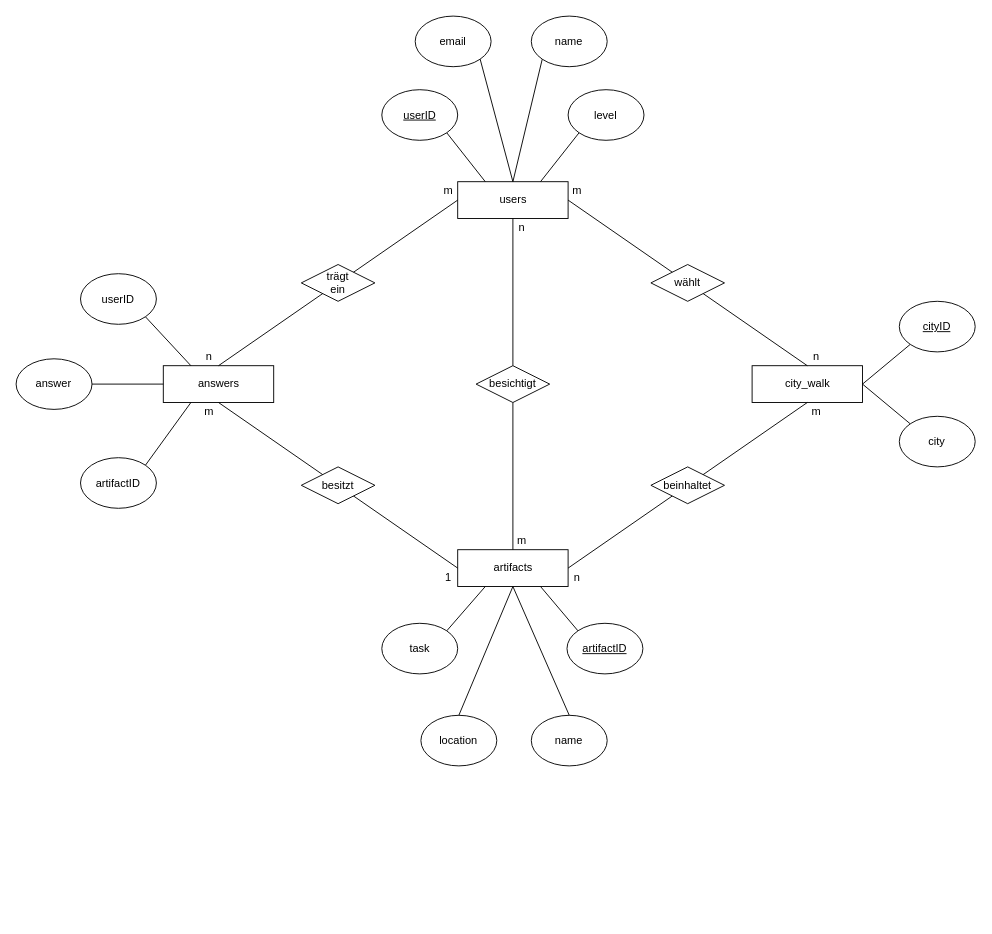
This is docs/ERM.drawio from jesnay/Pionear_Frontend, a draw.io file, before an edit. Source tidied: cells renumbered, new cells numbered last; positions are measured from the earlier drawing's top-left corner, leaving out a move shared by most shapes. Both pictures are drawn from the tidied source at 92%, with x=0, y=0 at pixel (16, 16).
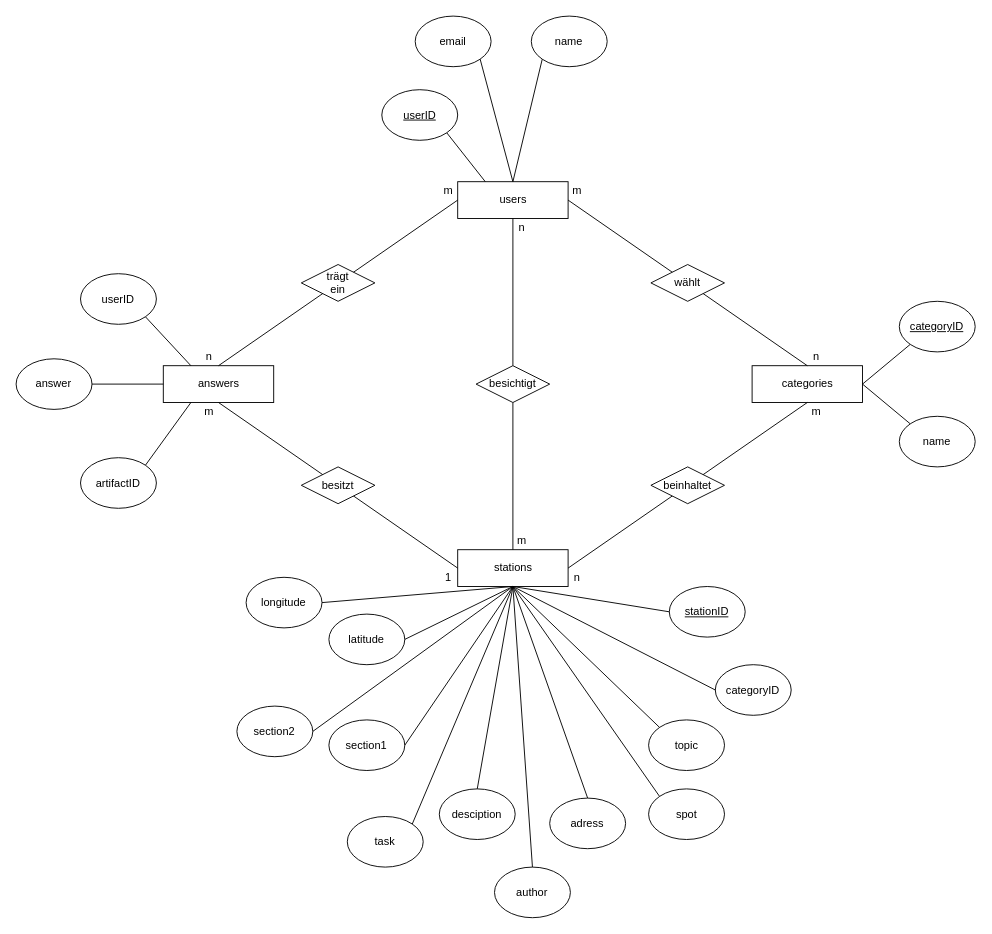
The same page after the edit.

Unchanged cells that the change refers to:
```xml
<mxCell id="2" value="users" style="html=1;" parent="1" vertex="1">
  <mxGeometry x="480" y="180" width="120" height="40" as="geometry" />
</mxCell>
<mxCell id="38" style="ellipse;whiteSpace=wrap;html=1;" parent="37" vertex="1">
  <mxGeometry width="82.5" height="55" as="geometry" />
</mxCell>
<mxCell id="41" style="ellipse;whiteSpace=wrap;html=1;" parent="40" vertex="1">
  <mxGeometry width="82.5" height="55" as="geometry" />
</mxCell>
<mxCell id="44" style="ellipse;whiteSpace=wrap;html=1;" parent="43" vertex="1">
  <mxGeometry width="82.5" height="55" as="geometry" />
</mxCell>
<mxCell id="47" style="ellipse;whiteSpace=wrap;html=1;" parent="46" vertex="1">
  <mxGeometry width="82.5" height="55" as="geometry" />
</mxCell>
<mxCell id="55" style="group;" parent="1" vertex="1">
  <mxGeometry x="960" y="310" width="82.5" height="55" as="geometry" />
</mxCell>
<mxCell id="58" style="group;" parent="1" vertex="1">
  <mxGeometry x="960" y="435" width="82.5" height="55" as="geometry" />
</mxCell>
```

Diff of the diagram source:
```diff
@@
-    <mxCell id="3" value="artifacts" style="html=1;" parent="1" vertex="1">
+    <mxCell id="3" value="stations" style="html=1;" parent="1" vertex="1">
       <mxGeometry x="480" y="580" width="120" height="40" as="geometry" />
     </mxCell>
-    <mxCell id="4" value="city_walk" style="html=1;" parent="1" vertex="1">
+    <mxCell id="4" value="categories" style="html=1;" parent="1" vertex="1">
       <mxGeometry x="800" y="380" width="120" height="40" as="geometry" />
     </mxCell>
@@
     <mxCell id="37" style="group;" parent="1" vertex="1">
-      <mxGeometry x="598.8" y="660" width="82.5" height="55" as="geometry" />
+      <mxGeometry x="710" y="620" width="82.5" height="55" as="geometry" />
     </mxCell>
@@
-    <mxCell id="39" value="&lt;u&gt;artifactID&lt;/u&gt;" style="text;html=1;strokeColor=none;fillColor=none;align=center;verticalAlign=middle;whiteSpace=wrap;rounded=0;" parent="37" vertex="1">
+    <mxCell id="39" value="&lt;u&gt;stationID&lt;/u&gt;" style="text;html=1;strokeColor=none;fillColor=none;align=center;verticalAlign=middle;whiteSpace=wrap;rounded=0;" parent="37" vertex="1">
       <mxGeometry x="21.2" y="17.5" width="40" height="20" as="geometry" />
     </mxCell>
     <mxCell id="40" style="group;" parent="1" vertex="1">
-      <mxGeometry x="560" y="760" width="82.5" height="55" as="geometry" />
+      <mxGeometry x="760" y="705" width="82.5" height="55" as="geometry" />
     </mxCell>
@@
-    <mxCell id="42" value="name" style="text;html=1;strokeColor=none;fillColor=none;align=center;verticalAlign=middle;whiteSpace=wrap;rounded=0;" parent="40" vertex="1">
+    <mxCell id="42" value="categoryID" style="text;html=1;strokeColor=none;fillColor=none;align=center;verticalAlign=middle;whiteSpace=wrap;rounded=0;" parent="40" vertex="1">
       <mxGeometry x="21.2" y="17.5" width="40" height="20" as="geometry" />
     </mxCell>
     <mxCell id="43" style="group;" parent="1" vertex="1">
-      <mxGeometry x="440" y="760" width="82.5" height="55" as="geometry" />
+      <mxGeometry x="687.5" y="765" width="82.5" height="55" as="geometry" />
     </mxCell>
@@
-    <mxCell id="45" value="location" style="text;html=1;strokeColor=none;fillColor=none;align=center;verticalAlign=middle;whiteSpace=wrap;rounded=0;" parent="43" vertex="1">
+    <mxCell id="45" value="topic" style="text;html=1;strokeColor=none;fillColor=none;align=center;verticalAlign=middle;whiteSpace=wrap;rounded=0;" parent="43" vertex="1">
       <mxGeometry x="21.2" y="17.5" width="40" height="20" as="geometry" />
     </mxCell>
     <mxCell id="46" style="group;" parent="1" vertex="1">
-      <mxGeometry x="397.5" y="660" width="82.5" height="55" as="geometry" />
+      <mxGeometry x="687.5" y="840" width="82.5" height="55" as="geometry" />
     </mxCell>
@@
-    <mxCell id="48" value="task" style="text;html=1;strokeColor=none;fillColor=none;align=center;verticalAlign=middle;whiteSpace=wrap;rounded=0;" parent="46" vertex="1">
+    <mxCell id="48" value="spot" style="text;html=1;strokeColor=none;fillColor=none;align=center;verticalAlign=middle;whiteSpace=wrap;rounded=0;" parent="46" vertex="1">
       <mxGeometry x="21.2" y="17.5" width="40" height="20" as="geometry" />
     </mxCell>
@@
-    <mxCell id="52" style="group;" parent="1" vertex="1">
-      <mxGeometry x="600" y="80" width="82.5" height="55" as="geometry" />
-    </mxCell>
-    <mxCell id="53" style="ellipse;whiteSpace=wrap;html=1;" parent="52" vertex="1">
-      <mxGeometry width="82.5" height="55" as="geometry" />
-    </mxCell>
-    <mxCell id="54" value="level" style="text;html=1;strokeColor=none;fillColor=none;align=center;verticalAlign=middle;whiteSpace=wrap;rounded=0;" parent="52" vertex="1">
-      <mxGeometry x="21.2" y="17.5" width="40" height="20" as="geometry" />
-    </mxCell>
@@
-    <mxCell id="57" value="&lt;u&gt;cityID&lt;/u&gt;" style="text;html=1;strokeColor=none;fillColor=none;align=center;verticalAlign=middle;whiteSpace=wrap;rounded=0;" parent="55" vertex="1">
+    <mxCell id="57" value="&lt;u&gt;categoryID&lt;br&gt;&lt;/u&gt;" style="text;html=1;strokeColor=none;fillColor=none;align=center;verticalAlign=middle;whiteSpace=wrap;rounded=0;" parent="55" vertex="1">
       <mxGeometry x="21.2" y="17.5" width="40" height="20" as="geometry" />
     </mxCell>
@@
-    <mxCell id="60" value="city" style="text;html=1;strokeColor=none;fillColor=none;align=center;verticalAlign=middle;whiteSpace=wrap;rounded=0;" parent="58" vertex="1">
+    <mxCell id="60" value="name" style="text;html=1;strokeColor=none;fillColor=none;align=center;verticalAlign=middle;whiteSpace=wrap;rounded=0;" parent="58" vertex="1">
       <mxGeometry x="21.2" y="17.5" width="40" height="20" as="geometry" />
     </mxCell>
@@
-    <mxCell id="67" style="endArrow=none;html=1;exitX=1;exitY=0;exitDx=0;exitDy=0;entryX=0.25;entryY=1;entryDx=0;entryDy=0;" parent="1" edge="1" source="47" target="3">
+    <mxCell id="67" style="endArrow=none;html=1;exitX=0;exitY=0;exitDx=0;exitDy=0;entryX=0.5;entryY=1;entryDx=0;entryDy=0;" parent="1" edge="1" source="47" target="3">
       <mxGeometry relative="1" as="geometry" />
     </mxCell>
-    <mxCell id="68" style="endArrow=none;html=1;exitX=0;exitY=0;exitDx=0;exitDy=0;entryX=0.75;entryY=1;entryDx=0;entryDy=0;" parent="1" edge="1" source="38" target="3">
+    <mxCell id="68" style="endArrow=none;html=1;exitX=0;exitY=0.5;exitDx=0;exitDy=0;entryX=0.5;entryY=1;entryDx=0;entryDy=0;" parent="1" edge="1" source="38" target="3">
       <mxGeometry relative="1" as="geometry" />
     </mxCell>
-    <mxCell id="69" style="endArrow=none;html=1;exitX=0.5;exitY=0;exitDx=0;exitDy=0;entryX=0.5;entryY=1;entryDx=0;entryDy=0;" parent="1" edge="1" source="41" target="3">
+    <mxCell id="69" style="endArrow=none;html=1;exitX=0;exitY=0.5;exitDx=0;exitDy=0;entryX=0.5;entryY=1;entryDx=0;entryDy=0;" parent="1" edge="1" source="41" target="3">
       <mxGeometry relative="1" as="geometry" />
     </mxCell>
-    <mxCell id="70" style="endArrow=none;html=1;exitX=0.5;exitY=0;exitDx=0;exitDy=0;entryX=0.5;entryY=1;entryDx=0;entryDy=0;" parent="1" edge="1" source="44" target="3">
+    <mxCell id="70" style="endArrow=none;html=1;exitX=0;exitY=0;exitDx=0;exitDy=0;entryX=0.5;entryY=1;entryDx=0;entryDy=0;" parent="1" edge="1" source="44" target="3">
       <mxGeometry relative="1" as="geometry" />
     </mxCell>
@@
-    <mxCell id="73" style="endArrow=none;html=1;exitX=0.75;exitY=0;exitDx=0;exitDy=0;entryX=0;entryY=1;entryDx=0;entryDy=0;" parent="1" edge="1" source="2" target="53">
-      <mxGeometry relative="1" as="geometry" />
-    </mxCell>
@@
+    <mxCell id="89" style="group;" parent="1" vertex="1">
+      <mxGeometry x="580" y="850" width="82.5" height="55" as="geometry" />
+    </mxCell>
+    <mxCell id="90" style="ellipse;whiteSpace=wrap;html=1;" parent="89" vertex="1">
+      <mxGeometry width="82.5" height="55" as="geometry" />
+    </mxCell>
+    <mxCell id="91" value="adress" style="text;html=1;strokeColor=none;fillColor=none;align=center;verticalAlign=middle;whiteSpace=wrap;rounded=0;" parent="89" vertex="1">
+      <mxGeometry x="21.2" y="17.5" width="40" height="20" as="geometry" />
+    </mxCell>
+    <mxCell id="92" style="group;" parent="1" vertex="1">
+      <mxGeometry x="520" y="925" width="82.5" height="55" as="geometry" />
+    </mxCell>
+    <mxCell id="93" style="ellipse;whiteSpace=wrap;html=1;" parent="92" vertex="1">
+      <mxGeometry width="82.5" height="55" as="geometry" />
+    </mxCell>
+    <mxCell id="94" value="author" style="text;html=1;strokeColor=none;fillColor=none;align=center;verticalAlign=middle;whiteSpace=wrap;rounded=0;" parent="92" vertex="1">
+      <mxGeometry x="21.2" y="17.5" width="40" height="20" as="geometry" />
+    </mxCell>
+    <mxCell id="95" style="group;" parent="1" vertex="1">
+      <mxGeometry x="460" y="840" width="82.5" height="55" as="geometry" />
+    </mxCell>
+    <mxCell id="96" style="ellipse;whiteSpace=wrap;html=1;" parent="95" vertex="1">
+      <mxGeometry width="82.5" height="55" as="geometry" />
+    </mxCell>
+    <mxCell id="97" value="desciption" style="text;html=1;strokeColor=none;fillColor=none;align=center;verticalAlign=middle;whiteSpace=wrap;rounded=0;" parent="95" vertex="1">
+      <mxGeometry x="21.2" y="17.5" width="40" height="20" as="geometry" />
+    </mxCell>
+    <mxCell id="98" style="group;" parent="1" vertex="1">
+      <mxGeometry x="360" y="870" width="82.5" height="55" as="geometry" />
+    </mxCell>
+    <mxCell id="99" style="ellipse;whiteSpace=wrap;html=1;" parent="98" vertex="1">
+      <mxGeometry width="82.5" height="55" as="geometry" />
+    </mxCell>
+    <mxCell id="100" value="task" style="text;html=1;strokeColor=none;fillColor=none;align=center;verticalAlign=middle;whiteSpace=wrap;rounded=0;" parent="98" vertex="1">
+      <mxGeometry x="21.2" y="17.5" width="40" height="20" as="geometry" />
+    </mxCell>
+    <mxCell id="101" style="group;" parent="1" vertex="1">
+      <mxGeometry x="340" y="765" width="82.5" height="55" as="geometry" />
+    </mxCell>
+    <mxCell id="102" style="ellipse;whiteSpace=wrap;html=1;" parent="101" vertex="1">
+      <mxGeometry width="82.5" height="55" as="geometry" />
+    </mxCell>
+    <mxCell id="103" value="section1" style="text;html=1;strokeColor=none;fillColor=none;align=center;verticalAlign=middle;whiteSpace=wrap;rounded=0;" parent="101" vertex="1">
+      <mxGeometry x="21.2" y="17.5" width="40" height="20" as="geometry" />
+    </mxCell>
+    <mxCell id="104" style="group;" parent="1" vertex="1">
+      <mxGeometry x="240" y="750" width="82.5" height="55" as="geometry" />
+    </mxCell>
+    <mxCell id="105" style="ellipse;whiteSpace=wrap;html=1;" parent="104" vertex="1">
+      <mxGeometry width="82.5" height="55" as="geometry" />
+    </mxCell>
+    <mxCell id="106" value="section2" style="text;html=1;strokeColor=none;fillColor=none;align=center;verticalAlign=middle;whiteSpace=wrap;rounded=0;" parent="104" vertex="1">
+      <mxGeometry x="21.2" y="17.5" width="40" height="20" as="geometry" />
+    </mxCell>
+    <mxCell id="107" style="group;" parent="1" vertex="1">
+      <mxGeometry x="340" y="650" width="82.5" height="55" as="geometry" />
+    </mxCell>
+    <mxCell id="108" style="ellipse;whiteSpace=wrap;html=1;" parent="107" vertex="1">
+      <mxGeometry width="82.5" height="55" as="geometry" />
+    </mxCell>
+    <mxCell id="109" value="latitude" style="text;html=1;strokeColor=none;fillColor=none;align=center;verticalAlign=middle;whiteSpace=wrap;rounded=0;" parent="107" vertex="1">
+      <mxGeometry x="21.2" y="17.5" width="40" height="20" as="geometry" />
+    </mxCell>
+    <mxCell id="110" style="group;" parent="1" vertex="1">
+      <mxGeometry x="250" y="610" width="82.5" height="55" as="geometry" />
+    </mxCell>
+    <mxCell id="111" style="ellipse;whiteSpace=wrap;html=1;" parent="110" vertex="1">
+      <mxGeometry width="82.5" height="55" as="geometry" />
+    </mxCell>
+    <mxCell id="112" value="longitude" style="text;html=1;strokeColor=none;fillColor=none;align=center;verticalAlign=middle;whiteSpace=wrap;rounded=0;" parent="110" vertex="1">
+      <mxGeometry x="21.2" y="17.5" width="40" height="20" as="geometry" />
+    </mxCell>
+    <mxCell id="113" style="endArrow=none;html=1;exitX=0.5;exitY=0;exitDx=0;exitDy=0;entryX=0.5;entryY=1;entryDx=0;entryDy=0;" parent="1" edge="1" source="90" target="3">
+      <mxGeometry relative="1" as="geometry" />
+    </mxCell>
+    <mxCell id="114" style="endArrow=none;html=1;exitX=0.5;exitY=0;exitDx=0;exitDy=0;entryX=0.5;entryY=1;entryDx=0;entryDy=0;" parent="1" edge="1" source="93" target="3">
+      <mxGeometry relative="1" as="geometry" />
+    </mxCell>
+    <mxCell id="115" style="endArrow=none;html=1;exitX=0.5;exitY=0;exitDx=0;exitDy=0;entryX=0.5;entryY=1;entryDx=0;entryDy=0;" parent="1" edge="1" source="96" target="3">
+      <mxGeometry relative="1" as="geometry" />
+    </mxCell>
+    <mxCell id="116" style="endArrow=none;html=1;exitX=1;exitY=0;exitDx=0;exitDy=0;entryX=0.5;entryY=1;entryDx=0;entryDy=0;" parent="1" edge="1" source="99" target="3">
+      <mxGeometry relative="1" as="geometry" />
+    </mxCell>
+    <mxCell id="117" style="endArrow=none;html=1;exitX=1;exitY=0.5;exitDx=0;exitDy=0;entryX=0.5;entryY=1;entryDx=0;entryDy=0;" parent="1" edge="1" source="102" target="3">
+      <mxGeometry relative="1" as="geometry" />
+    </mxCell>
+    <mxCell id="118" style="endArrow=none;html=1;exitX=1;exitY=0.5;exitDx=0;exitDy=0;entryX=0.5;entryY=1;entryDx=0;entryDy=0;" parent="1" edge="1" source="105" target="3">
+      <mxGeometry relative="1" as="geometry" />
+    </mxCell>
+    <mxCell id="119" style="endArrow=none;html=1;exitX=1;exitY=0.5;exitDx=0;exitDy=0;entryX=0.5;entryY=1;entryDx=0;entryDy=0;" parent="1" edge="1" source="108" target="3">
+      <mxGeometry relative="1" as="geometry" />
+    </mxCell>
+    <mxCell id="120" style="endArrow=none;html=1;exitX=1;exitY=0.5;exitDx=0;exitDy=0;entryX=0.5;entryY=1;entryDx=0;entryDy=0;" parent="1" edge="1" source="111" target="3">
+      <mxGeometry relative="1" as="geometry" />
+    </mxCell>
```
